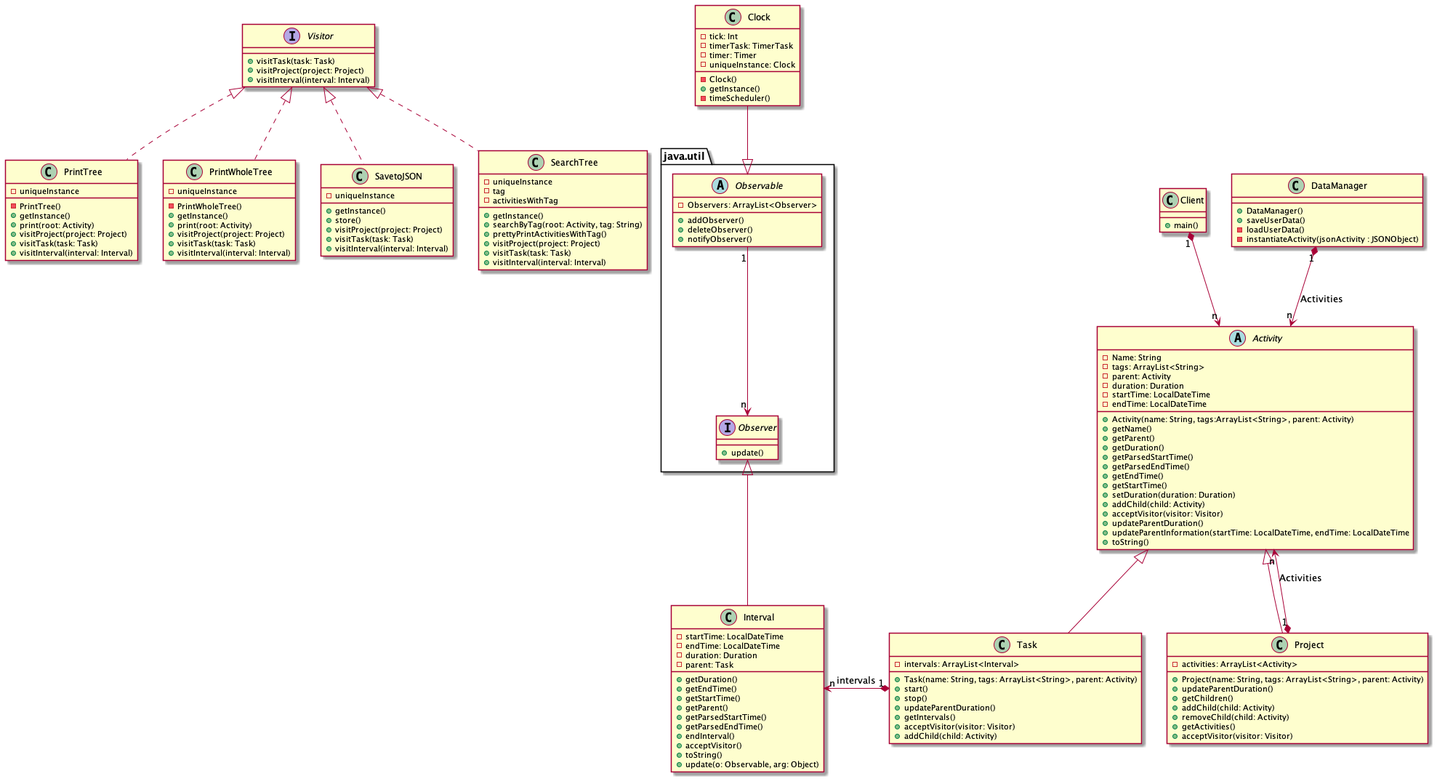
Before: Time_Tracker/DSTimeTracker.png, a diagram exported from PlantUML (quimcamprubi/DS_Time_Tracker).
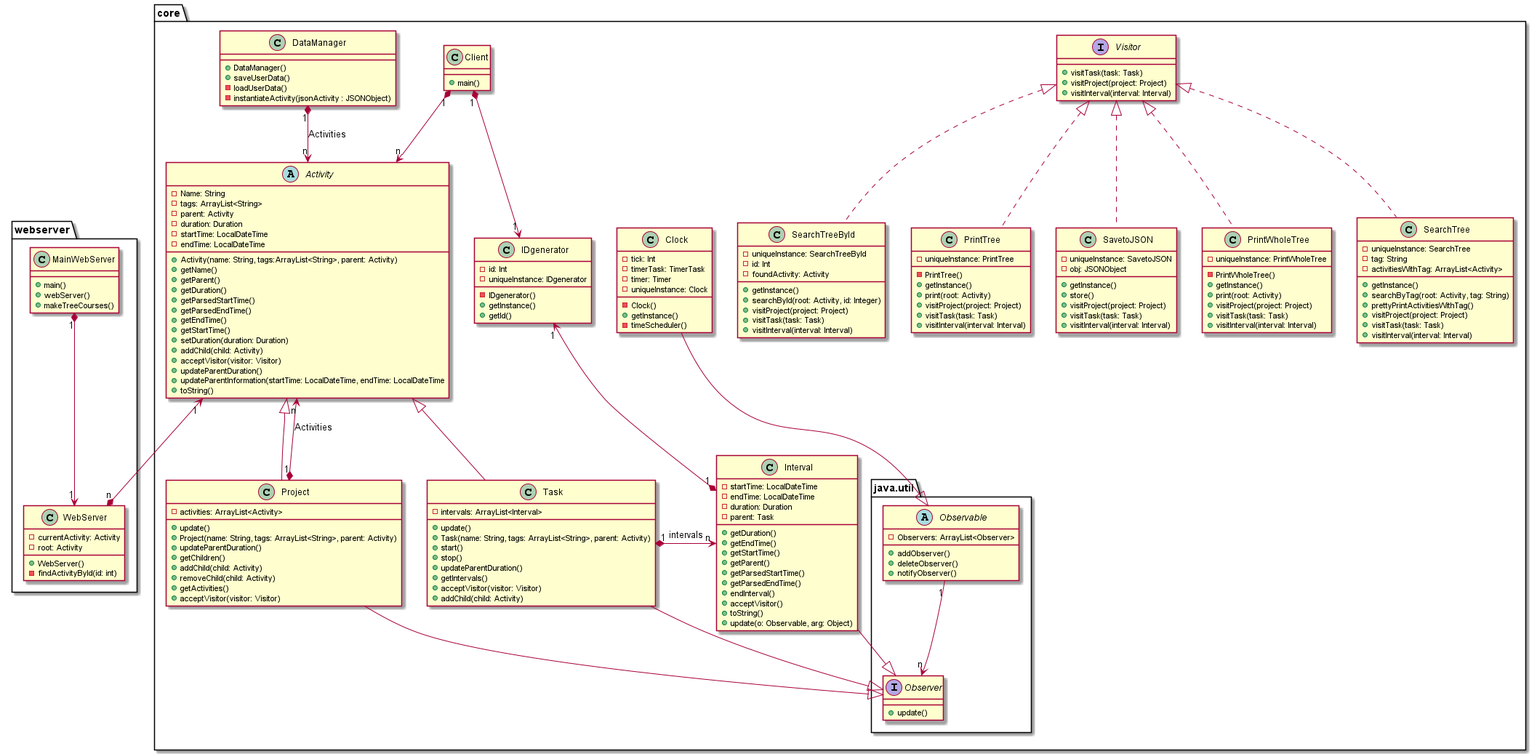
The same diagram one commit later.

What changed in the source:
```diff
@@ -1,6 +1,6 @@
 @startuml
 
-
+package core <<Folder>> {
 abstract class Activity {
 - Name: String
 - tags: ArrayList<String>
@@ -25,6 +25,7 @@
 }
 
 class Project extends Activity {
++ update()
 - activities: ArrayList<Activity>
 + Project(name: String, tags: ArrayList<String>, parent: Activity)
 + updateParentDuration()
@@ -36,6 +37,7 @@
 }
 
 class Task extends Activity {
++ update()
 - intervals: ArrayList<Interval>
 + Task(name: String, tags: ArrayList<String>, parent: Activity)
 + start()
@@ -53,7 +55,7 @@
 }
 
 class PrintTree {
-- uniqueInstance
+- uniqueInstance: PrintTree
 - PrintTree()
 + getInstance()
 + print(root: Activity)
@@ -63,7 +65,7 @@
 }
 
 class PrintWholeTree {
-- uniqueInstance
+- uniqueInstance: PrintWholeTree
 - PrintWholeTree()
 + getInstance()
 + print(root: Activity)
@@ -73,7 +75,8 @@
 }
 
 class SavetoJSON {
-- uniqueInstance
+- uniqueInstance: SavetoJSON
+- obj: JSONObject
 + getInstance()
 + store()
 + visitProject(project: Project)
@@ -82,12 +85,23 @@
 }
 
 class SearchTree {
-- uniqueInstance
-- tag
-- activitiesWithTag
+- uniqueInstance: SearchTree
+- tag: String
+- activitiesWithTag: ArrayList<Activity>
 + getInstance()
 + searchByTag(root: Activity, tag: String)
 + prettyPrintActivitiesWithTag()
++ visitProject(project: Project)
++ visitTask(task: Task)
++ visitInterval(interval: Interval)
+}
+
+class SearchTreeById {
+- uniqueInstance: SearchTreeById
+- id: Int
+- foundActivity: Activity
++ getInstance()
++ searchById(root: Activity, id: Integer)
 + visitProject(project: Project)
 + visitTask(task: Task)
 + visitInterval(interval: Interval)
@@ -133,6 +147,14 @@
 - timeScheduler()
 }
 
+class IDgenerator{
+- id: Int
+- uniqueInstance: IDgenerator
+- IDgenerator()
++ getInstance()
++ getId()
+}
+
 class Client {
 + main()
 }
@@ -143,18 +165,50 @@
 - loadUserData()
 - instantiateActivity(jsonActivity : JSONObject)
 }
+}
 
+package webserver <<Folder>> {
+
+class MainWebServer{
++ main()
++ webServer()
++ makeTreeCourses()
+}
+
+class WebServer{
+- currentActivity: Activity
+- root: Activity
++WebServer()
+-findActivityById(id: int)
+
+}
+
+}
 DataManager "1" *-down-> "n" Activity: Activities
 Project "1" *-up-> "n" Activity: Activities
 Client "1" *-down-> "n" Activity
+Client "1" *-down-> "1" IDgenerator
+Interval "1" *-up-> "1" IDgenerator
+
 Task "1" *-left-> "n" Interval: intervals
 Clock -down-|> Observable
 Observable "1" -Down-> "n" Observer
-Interval -up-|> Observer
+Task -down-|> Observer
+Project -down-|> Observer
+Interval -down-|> Observer
+
+
 Task -[hidden]right-> Project
 PrintTree .up.|> Visitor
 PrintWholeTree .up.|> Visitor
 SavetoJSON .up.|> Visitor
+SearchTreeById .up.|> Visitor
+
 SearchTree .up.|> Visitor
 
+MainWebServer "1" *-down-> "1" WebServer
+WebServer "n" *-up-> "1" Activity
+
+
+
 @enduml
```
